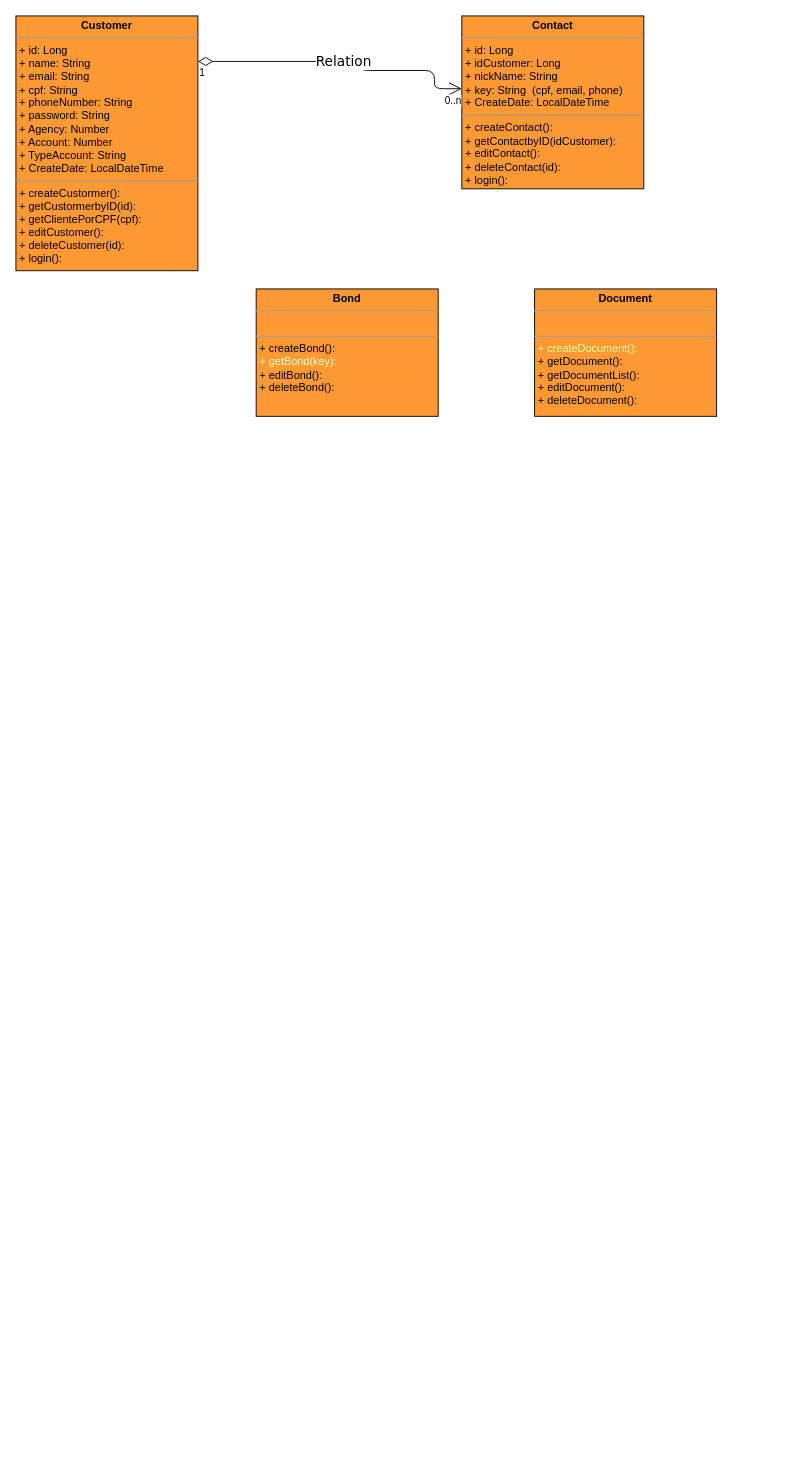
The draw.io diagram page "Diagrama de Classes" (3 of 5) of documents/Desenho_Inicial.drawio in Fernando-Luchiari/pix-spec4-projeto-final, before the edit. Source tidied: cells renumbered, new cells numbered last; positions are measured from the earlier drawing's top-left corner, leaving out a move shared by most shapes. Both pictures are drawn from the tidied source at 91%, with x=0, y=0 at pixel (15, 15).
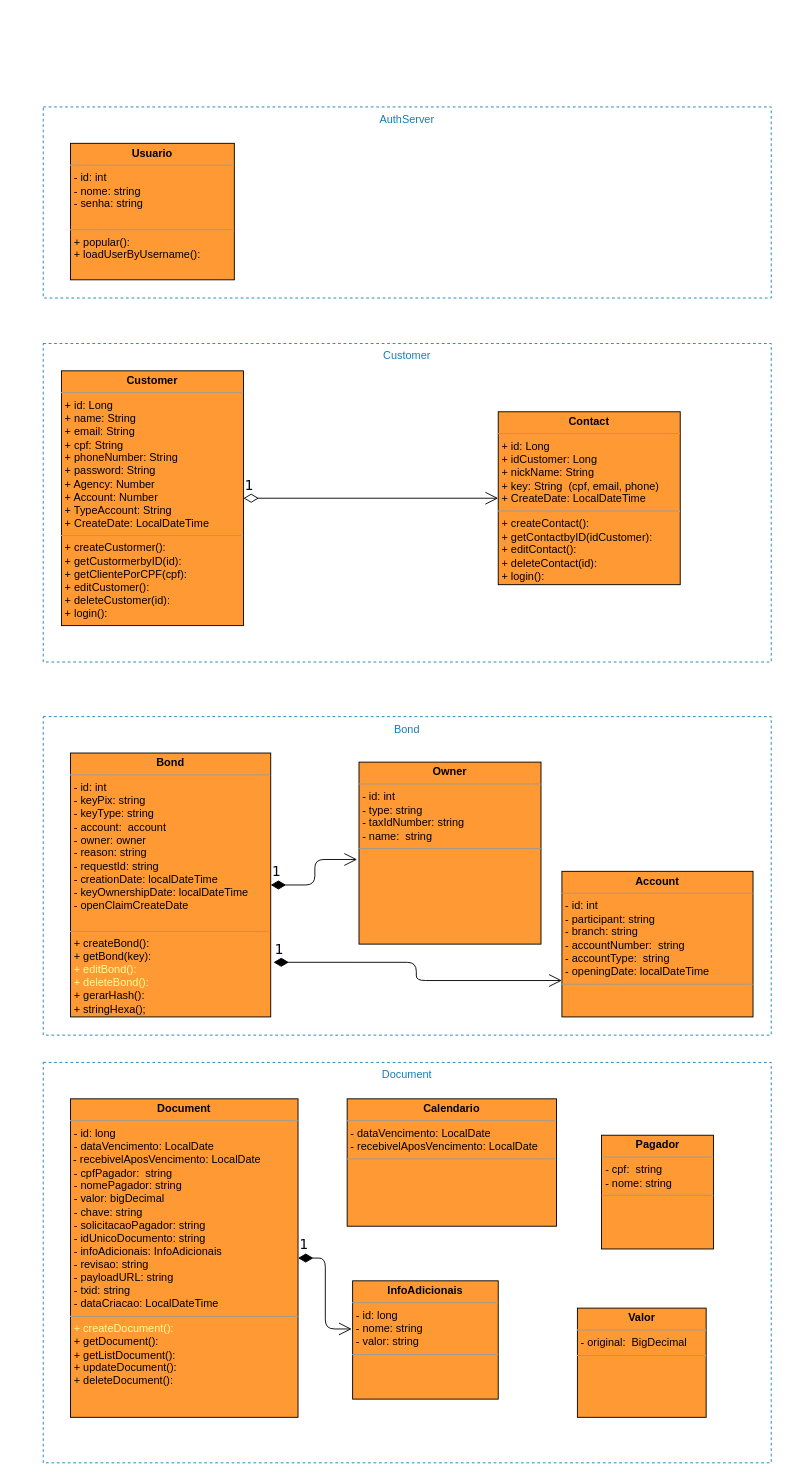
The same page after the edit.

Commit message:
Documentação Atualizada

The edit, as a diff of the source:
```diff
@@
+    <mxCell id="9" value="Document" style="fillColor=none;strokeColor=#147EBA;dashed=1;verticalAlign=top;fontStyle=0;fontColor=#147EBA;" parent="1" vertex="1">
+      <mxGeometry x="30" y="1150" width="800" height="440" as="geometry" />
+    </mxCell>
+    <mxCell id="10" value="Bond" style="fillColor=none;strokeColor=#147EBA;dashed=1;verticalAlign=top;fontStyle=0;fontColor=#147EBA;" parent="1" vertex="1">
+      <mxGeometry x="30" y="770" width="800" height="350" as="geometry" />
+    </mxCell>
+    <mxCell id="11" value="Customer" style="fillColor=none;strokeColor=#147EBA;dashed=1;verticalAlign=top;fontStyle=0;fontColor=#147EBA;" parent="1" vertex="1">
+      <mxGeometry x="30" y="360" width="800" height="350" as="geometry" />
+    </mxCell>
+    <mxCell id="12" value="AuthServer" style="fillColor=none;strokeColor=#147EBA;dashed=1;verticalAlign=top;fontStyle=0;fontColor=#147EBA;" parent="1" vertex="1">
+      <mxGeometry x="30" y="100" width="800" height="210" as="geometry" />
+    </mxCell>
     <mxCell id="2" value="&lt;p style=&quot;margin: 0px ; margin-top: 4px ; text-align: center&quot;&gt;&lt;b&gt;Customer&lt;/b&gt;&lt;/p&gt;&lt;hr size=&quot;1&quot;&gt;&lt;p style=&quot;margin: 0px ; margin-left: 4px&quot;&gt;&lt;span&gt;+ id: Long&lt;/span&gt;&lt;br&gt;&lt;/p&gt;&lt;p style=&quot;margin: 0px ; margin-left: 4px&quot;&gt;&lt;span&gt;+ name: String&lt;/span&gt;&lt;/p&gt;&lt;p style=&quot;margin: 0px ; margin-left: 4px&quot;&gt;&lt;span&gt;+ email: String&lt;/span&gt;&lt;/p&gt;&lt;p style=&quot;margin: 0px ; margin-left: 4px&quot;&gt;&lt;span&gt;+ cpf: String&lt;/span&gt;&lt;/p&gt;&lt;p style=&quot;margin: 0px ; margin-left: 4px&quot;&gt;&lt;span&gt;+ phoneNumber: String&lt;/span&gt;&lt;/p&gt;&lt;p style=&quot;margin: 0px ; margin-left: 4px&quot;&gt;+ password: String&lt;span&gt;&lt;br&gt;&lt;/span&gt;&lt;/p&gt;&lt;p style=&quot;margin: 0px ; margin-left: 4px&quot;&gt;&lt;span&gt;+ Agency: Number&lt;/span&gt;&lt;/p&gt;&lt;p style=&quot;margin: 0px ; margin-left: 4px&quot;&gt;&lt;span&gt;+ Account: Number&lt;/span&gt;&lt;/p&gt;&lt;p style=&quot;margin: 0px ; margin-left: 4px&quot;&gt;&lt;span&gt;+ TypeAccount: String&lt;/span&gt;&lt;/p&gt;&lt;p style=&quot;margin: 0px ; margin-left: 4px&quot;&gt;&lt;span&gt;+ CreateDate: LocalDateTime&amp;nbsp;&lt;/span&gt;&lt;/p&gt;&lt;hr size=&quot;1&quot;&gt;&lt;p style=&quot;margin: 0px ; margin-left: 4px&quot;&gt;+ createCustormer():&lt;/p&gt;&lt;p style=&quot;margin: 0px ; margin-left: 4px&quot;&gt;+ getCustormerbyID(id):&lt;/p&gt;&lt;p style=&quot;margin: 0px ; margin-left: 4px&quot;&gt;+ getClientePorCPF(cpf):&lt;/p&gt;&lt;p style=&quot;margin: 0px ; margin-left: 4px&quot;&gt;+ editCustomer():&lt;/p&gt;&lt;p style=&quot;margin: 0px ; margin-left: 4px&quot;&gt;+ deleteCustomer(id):&lt;br&gt;+ login():&lt;/p&gt;" style="verticalAlign=top;align=left;overflow=fill;fontSize=12;fontFamily=Helvetica;html=1;fillColor=#FF9933;" parent="1" vertex="1">
-      <mxGeometry width="200" height="280" as="geometry" />
+      <mxGeometry x="50" y="390" width="200" height="280" as="geometry" />
     </mxCell>
     <mxCell id="3" value="&lt;p style=&quot;margin: 0px ; margin-top: 4px ; text-align: center&quot;&gt;&lt;b&gt;Contact&lt;/b&gt;&lt;/p&gt;&lt;hr size=&quot;1&quot;&gt;&lt;p style=&quot;margin: 0px ; margin-left: 4px&quot;&gt;&lt;span&gt;+ id: Long&lt;/span&gt;&lt;br&gt;&lt;/p&gt;&lt;p style=&quot;margin: 0px ; margin-left: 4px&quot;&gt;&lt;span&gt;+ idCustomer: Long&lt;/span&gt;&lt;/p&gt;&lt;p style=&quot;margin: 0px ; margin-left: 4px&quot;&gt;&lt;span&gt;+ nickName: String&lt;/span&gt;&lt;/p&gt;&lt;p style=&quot;margin: 0px ; margin-left: 4px&quot;&gt;&lt;span&gt;+ key: String&amp;nbsp; (cpf, email, phone)&amp;nbsp;&lt;/span&gt;&lt;/p&gt;&lt;p style=&quot;margin: 0px ; margin-left: 4px&quot;&gt;&lt;span&gt;+ CreateDate: LocalDateTime&amp;nbsp;&lt;/span&gt;&lt;/p&gt;&lt;hr size=&quot;1&quot;&gt;&lt;p style=&quot;margin: 0px ; margin-left: 4px&quot;&gt;+ createContact():&lt;/p&gt;&lt;p style=&quot;margin: 0px ; margin-left: 4px&quot;&gt;+ getContactbyID(idCustomer):&lt;/p&gt;&lt;p style=&quot;margin: 0px ; margin-left: 4px&quot;&gt;+ editContact():&lt;/p&gt;&lt;p style=&quot;margin: 0px ; margin-left: 4px&quot;&gt;+ deleteContact(id):&lt;br&gt;+ login():&lt;/p&gt;" style="verticalAlign=top;align=left;overflow=fill;fontSize=12;fontFamily=Helvetica;html=1;fillColor=#FF9933;" parent="1" vertex="1">
-      <mxGeometry x="490" width="200" height="190" as="geometry" />
+      <mxGeometry x="530" y="435" width="200" height="190" as="geometry" />
     </mxCell>
-    <mxCell id="4" value="&lt;p style=&quot;margin: 0px ; margin-top: 4px ; text-align: center&quot;&gt;&lt;b&gt;Bond&lt;/b&gt;&lt;/p&gt;&lt;hr size=&quot;1&quot;&gt;&lt;p style=&quot;margin: 0px ; margin-left: 4px&quot;&gt;&lt;span&gt;&amp;nbsp;&lt;/span&gt;&lt;br&gt;&lt;/p&gt;&lt;hr size=&quot;1&quot;&gt;&lt;p style=&quot;margin: 0px ; margin-left: 4px&quot;&gt;+ createBond():&lt;/p&gt;&lt;p style=&quot;margin: 0px ; margin-left: 4px&quot;&gt;&lt;font color=&quot;#ffffcc&quot;&gt;+ getBond(key):&lt;/font&gt;&lt;/p&gt;&lt;p style=&quot;margin: 0px ; margin-left: 4px&quot;&gt;+ editBond():&lt;/p&gt;&lt;p style=&quot;margin: 0px ; margin-left: 4px&quot;&gt;+ deleteBond():&lt;br&gt;&lt;/p&gt;" style="verticalAlign=top;align=left;overflow=fill;fontSize=12;fontFamily=Helvetica;html=1;fillColor=#FF9933;" parent="1" vertex="1">
-      <mxGeometry x="264" y="300" width="200" height="140" as="geometry" />
+    <mxCell id="4" value="&lt;p style=&quot;margin: 0px ; margin-top: 4px ; text-align: center&quot;&gt;&lt;b&gt;Bond&lt;/b&gt;&lt;/p&gt;&lt;hr size=&quot;1&quot;&gt;&lt;p style=&quot;margin: 0px ; margin-left: 4px&quot;&gt;&lt;span&gt;- id: int&lt;/span&gt;&lt;br&gt;&lt;/p&gt;&lt;p style=&quot;margin: 0px ; margin-left: 4px&quot;&gt;- keyPix: string&lt;/p&gt;&lt;p style=&quot;margin: 0px ; margin-left: 4px&quot;&gt;- keyType: string&lt;/p&gt;&lt;p style=&quot;margin: 0px ; margin-left: 4px&quot;&gt;- account:&amp;nbsp; account&lt;/p&gt;&lt;p style=&quot;margin: 0px ; margin-left: 4px&quot;&gt;- owner: owner&lt;/p&gt;&lt;p style=&quot;margin: 0px ; margin-left: 4px&quot;&gt;- reason: string&lt;/p&gt;&lt;p style=&quot;margin: 0px ; margin-left: 4px&quot;&gt;- requestId: string&lt;/p&gt;&lt;p style=&quot;margin: 0px ; margin-left: 4px&quot;&gt;- creationDate: localDateTime&lt;/p&gt;&lt;p style=&quot;margin: 0px ; margin-left: 4px&quot;&gt;- keyOwnershipDate: localDateTime&lt;/p&gt;&lt;p style=&quot;margin: 0px ; margin-left: 4px&quot;&gt;- openClaimCreateDate&lt;/p&gt;&lt;p style=&quot;margin: 0px ; margin-left: 4px&quot;&gt;&lt;br&gt;&lt;/p&gt;&lt;hr size=&quot;1&quot;&gt;&lt;p style=&quot;margin: 0px ; margin-left: 4px&quot;&gt;+ createBond():&lt;/p&gt;&lt;p style=&quot;margin: 0px ; margin-left: 4px&quot;&gt;+ getBond(key):&lt;/p&gt;&lt;p style=&quot;margin: 0px ; margin-left: 4px&quot;&gt;&lt;font color=&quot;#ffff99&quot;&gt;+ editBond():&lt;/font&gt;&lt;/p&gt;&lt;p style=&quot;margin: 0px ; margin-left: 4px&quot;&gt;&lt;font color=&quot;#ffff99&quot;&gt;+ deleteBond():&lt;/font&gt;&lt;br&gt;&lt;/p&gt;&lt;p style=&quot;margin: 0px ; margin-left: 4px&quot;&gt;+ gerarHash():&lt;/p&gt;&lt;p style=&quot;margin: 0px ; margin-left: 4px&quot;&gt;+ stringHexa();&lt;/p&gt;" style="verticalAlign=top;align=left;overflow=fill;fontSize=12;fontFamily=Helvetica;html=1;fillColor=#FF9933;" parent="1" vertex="1">
+      <mxGeometry x="60" y="810" width="220" height="290" as="geometry" />
     </mxCell>
-    <mxCell id="5" value="&lt;p style=&quot;margin: 0px ; margin-top: 4px ; text-align: center&quot;&gt;&lt;b&gt;Document&lt;/b&gt;&lt;/p&gt;&lt;hr size=&quot;1&quot;&gt;&lt;p style=&quot;margin: 0px ; margin-left: 4px&quot;&gt;&lt;span&gt;&amp;nbsp;&lt;/span&gt;&lt;br&gt;&lt;/p&gt;&lt;hr size=&quot;1&quot;&gt;&lt;p style=&quot;margin: 0px ; margin-left: 4px&quot;&gt;&lt;font color=&quot;#ffff99&quot;&gt;+ createDocument():&lt;/font&gt;&lt;/p&gt;&lt;p style=&quot;margin: 0px ; margin-left: 4px&quot;&gt;+ getDocument():&lt;/p&gt;&lt;p style=&quot;margin: 0px ; margin-left: 4px&quot;&gt;+ getDocumentList():&lt;/p&gt;&lt;p style=&quot;margin: 0px ; margin-left: 4px&quot;&gt;+ editDocument():&lt;/p&gt;&lt;p style=&quot;margin: 0px ; margin-left: 4px&quot;&gt;+ deleteDocument():&lt;br&gt;&lt;/p&gt;" style="verticalAlign=top;align=left;overflow=fill;fontSize=12;fontFamily=Helvetica;html=1;fillColor=#FF9933;" parent="1" vertex="1">
-      <mxGeometry x="570" y="300" width="200" height="140" as="geometry" />
+    <mxCell id="5" value="&lt;p style=&quot;margin: 0px ; margin-top: 4px ; text-align: center&quot;&gt;&lt;b&gt;Document&lt;/b&gt;&lt;/p&gt;&lt;hr size=&quot;1&quot;&gt;&lt;p style=&quot;margin: 0px 0px 0px 4px&quot;&gt;- id: long&lt;br&gt;&lt;/p&gt;&lt;p style=&quot;margin: 0px 0px 0px 4px&quot;&gt;- dataVencimento: LocalDate&lt;/p&gt;&amp;nbsp;- recebivelAposVencimento: LocalDate&lt;p style=&quot;margin: 0px 0px 0px 4px&quot;&gt;- cpfPagador:&amp;nbsp; string&lt;/p&gt;&lt;p style=&quot;margin: 0px 0px 0px 4px&quot;&gt;- nomePagador: string&lt;/p&gt;&lt;p style=&quot;margin: 0px 0px 0px 4px&quot;&gt;- valor: bigDecimal&lt;/p&gt;&lt;p style=&quot;margin: 0px 0px 0px 4px&quot;&gt;- chave: string&lt;/p&gt;&lt;p style=&quot;margin: 0px 0px 0px 4px&quot;&gt;- solicitacaoPagador: string&lt;/p&gt;&lt;p style=&quot;margin: 0px 0px 0px 4px&quot;&gt;- idUnicoDocumento: string&lt;/p&gt;&lt;p style=&quot;margin: 0px 0px 0px 4px&quot;&gt;- infoAdicionais: InfoAdicionais&lt;/p&gt;&lt;p style=&quot;margin: 0px 0px 0px 4px&quot;&gt;- revisao: string&lt;/p&gt;&lt;p style=&quot;margin: 0px 0px 0px 4px&quot;&gt;- payloadURL: string&lt;/p&gt;&lt;p style=&quot;margin: 0px 0px 0px 4px&quot;&gt;- txid: string&lt;/p&gt;&lt;p style=&quot;margin: 0px 0px 0px 4px&quot;&gt;- dataCriacao: LocalDateTime&lt;/p&gt;&lt;hr size=&quot;1&quot;&gt;&lt;p style=&quot;margin: 0px ; margin-left: 4px&quot;&gt;&lt;font color=&quot;#ffff99&quot;&gt;+ createDocument():&lt;/font&gt;&lt;/p&gt;&lt;p style=&quot;margin: 0px ; margin-left: 4px&quot;&gt;+ getDocument():&lt;/p&gt;&lt;p style=&quot;margin: 0px ; margin-left: 4px&quot;&gt;+ getListDocument():&lt;/p&gt;&lt;p style=&quot;margin: 0px ; margin-left: 4px&quot;&gt;+ updateDocument():&lt;/p&gt;&lt;p style=&quot;margin: 0px ; margin-left: 4px&quot;&gt;+ deleteDocument():&lt;br&gt;&lt;/p&gt;" style="verticalAlign=top;align=left;overflow=fill;fontSize=12;fontFamily=Helvetica;html=1;fillColor=#FF9933;" parent="1" vertex="1">
+      <mxGeometry x="60" y="1190" width="250" height="350" as="geometry" />
     </mxCell>
+    <mxCell id="13" value="&lt;p style=&quot;margin: 0px ; margin-top: 4px ; text-align: center&quot;&gt;&lt;b&gt;Owner&lt;/b&gt;&lt;/p&gt;&lt;hr size=&quot;1&quot;&gt;&lt;p style=&quot;margin: 0px 0px 0px 4px&quot;&gt;- id: int&lt;br&gt;&lt;/p&gt;&lt;p style=&quot;margin: 0px 0px 0px 4px&quot;&gt;- type: string&lt;/p&gt;&lt;p style=&quot;margin: 0px 0px 0px 4px&quot;&gt;- taxIdNumber: string&lt;/p&gt;&lt;p style=&quot;margin: 0px 0px 0px 4px&quot;&gt;- name:&amp;nbsp; string&lt;/p&gt;&lt;hr size=&quot;1&quot;&gt;&lt;p style=&quot;margin: 0px ; margin-left: 4px&quot;&gt;&lt;br&gt;&lt;/p&gt;" style="verticalAlign=top;align=left;overflow=fill;fontSize=12;fontFamily=Helvetica;html=1;fillColor=#FF9933;" parent="1" vertex="1">
+      <mxGeometry x="377" y="820" width="200" height="200" as="geometry" />
+    </mxCell>
+    <mxCell id="14" value="&lt;p style=&quot;margin: 0px ; margin-top: 4px ; text-align: center&quot;&gt;&lt;b&gt;Account&lt;/b&gt;&lt;/p&gt;&lt;hr size=&quot;1&quot;&gt;&lt;p style=&quot;margin: 0px ; margin-left: 4px&quot;&gt;&lt;span&gt;- id: int&lt;/span&gt;&lt;br&gt;&lt;/p&gt;&lt;p style=&quot;margin: 0px 0px 0px 4px&quot;&gt;- participant: string&lt;/p&gt;&lt;p style=&quot;margin: 0px 0px 0px 4px&quot;&gt;- branch: string&lt;/p&gt;&lt;p style=&quot;margin: 0px 0px 0px 4px&quot;&gt;- accountNumber:&amp;nbsp; string&lt;/p&gt;&lt;p style=&quot;margin: 0px 0px 0px 4px&quot;&gt;- accountType:&amp;nbsp; string&lt;br&gt;&lt;/p&gt;&lt;p style=&quot;margin: 0px 0px 0px 4px&quot;&gt;- openingDate: localDateTime&lt;br&gt;&lt;/p&gt;&lt;hr size=&quot;1&quot;&gt;&lt;p style=&quot;margin: 0px ; margin-left: 4px&quot;&gt;&lt;br&gt;&lt;/p&gt;" style="verticalAlign=top;align=left;overflow=fill;fontSize=12;fontFamily=Helvetica;html=1;fillColor=#FF9933;" parent="1" vertex="1">
+      <mxGeometry x="600" y="940" width="210" height="160" as="geometry" />
+    </mxCell>
+    <mxCell id="15" value="1" style="endArrow=open;html=1;endSize=12;startArrow=diamondThin;startSize=14;startFill=1;edgeStyle=orthogonalEdgeStyle;align=left;verticalAlign=bottom;fontFamily=Verdana;fontSize=15;fontColor=#000019;entryX=-0.01;entryY=0.535;entryDx=0;entryDy=0;entryPerimeter=0;" parent="1" edge="1" source="4" target="13">
+      <mxGeometry x="-1" y="3" relative="1" as="geometry" />
+    </mxCell>
+    <mxCell id="16" value="1" style="endArrow=open;html=1;endSize=12;startArrow=diamondThin;startSize=14;startFill=1;edgeStyle=orthogonalEdgeStyle;align=left;verticalAlign=bottom;fontFamily=Verdana;fontSize=15;fontColor=#000019;exitX=1.014;exitY=0.793;exitDx=0;exitDy=0;exitPerimeter=0;entryX=0;entryY=0.75;entryDx=0;entryDy=0;" parent="1" edge="1" source="4" target="14">
+      <mxGeometry x="-1" y="3" relative="1" as="geometry" />
+    </mxCell>
+    <mxCell id="17" value="&lt;p style=&quot;margin: 0px ; margin-top: 4px ; text-align: center&quot;&gt;&lt;b&gt;Usuario&lt;/b&gt;&lt;/p&gt;&lt;hr size=&quot;1&quot;&gt;&lt;p style=&quot;margin: 0px ; margin-left: 4px&quot;&gt;&lt;span&gt;- id: int&lt;/span&gt;&lt;br&gt;&lt;/p&gt;&lt;p style=&quot;margin: 0px 0px 0px 4px&quot;&gt;- nome: string&lt;/p&gt;&lt;p style=&quot;margin: 0px 0px 0px 4px&quot;&gt;- senha: string&lt;/p&gt;&lt;p style=&quot;margin: 0px 0px 0px 4px&quot;&gt;&lt;br&gt;&lt;/p&gt;&lt;hr size=&quot;1&quot;&gt;&lt;p style=&quot;margin: 0px ; margin-left: 4px&quot;&gt;+ popular():&lt;br&gt;&lt;/p&gt;&lt;p style=&quot;margin: 0px ; margin-left: 4px&quot;&gt;+ loadUserByUsername():&lt;/p&gt;" style="verticalAlign=top;align=left;overflow=fill;fontSize=12;fontFamily=Helvetica;html=1;fillColor=#FF9933;" parent="1" vertex="1">
+      <mxGeometry x="60" y="140" width="180" height="150" as="geometry" />
+    </mxCell>
-    <mxCell id="6" value="Relation" style="endArrow=open;html=1;endSize=12;startArrow=diamondThin;startSize=14;startFill=0;edgeStyle=orthogonalEdgeStyle;fontFamily=Verdana;fontSize=15;fontColor=#000019;entryX=0;entryY=0.421;entryDx=0;entryDy=0;entryPerimeter=0;" parent="1" edge="1" source="2" target="3">
-      <mxGeometry relative="1" as="geometry">
-        <Array as="points">
-          <mxPoint x="380" y="50" />
-          <mxPoint x="380" y="60" />
-          <mxPoint x="460" y="60" />
-          <mxPoint x="460" y="80" />
-        </Array>
-      </mxGeometry>
+    <mxCell id="6" value="1" style="endArrow=open;html=1;endSize=12;startArrow=diamondThin;startSize=14;startFill=0;edgeStyle=orthogonalEdgeStyle;align=left;verticalAlign=bottom;fontFamily=Verdana;fontSize=15;fontColor=#000019;exitX=1;exitY=0.5;exitDx=0;exitDy=0;entryX=0;entryY=0.5;entryDx=0;entryDy=0;" parent="1" edge="1" source="2" target="3">
+      <mxGeometry x="-1" y="3" relative="1" as="geometry" />
     </mxCell>
-    <mxCell id="7" value="1" style="edgeLabel;html=1;align=left;verticalAlign=top;" parent="6" vertex="1">
-      <mxGeometry x="-1" relative="1" as="geometry" />
-    </mxCell>
-    <mxCell id="8" value="&lt;span style=&quot;text-align: left&quot;&gt;0..n&lt;/span&gt;" style="edgeLabel;html=1;align=right;verticalAlign=top;" parent="6" vertex="1">
-      <mxGeometry x="1" relative="1" as="geometry" />
-    </mxCell>
+    <mxCell id="18" value="&lt;p style=&quot;margin: 0px ; margin-top: 4px ; text-align: center&quot;&gt;&lt;b&gt;Calendario&lt;/b&gt;&lt;/p&gt;&lt;hr size=&quot;1&quot;&gt;&lt;p style=&quot;margin: 0px ; margin-left: 4px&quot;&gt;&lt;span&gt;- dataVencimento: LocalDate&lt;/span&gt;&lt;br&gt;&lt;/p&gt;&lt;p style=&quot;margin: 0px 0px 0px 4px&quot;&gt;- recebivelAposVencimento: LocalDate&lt;/p&gt;&lt;hr size=&quot;1&quot;&gt;&lt;p style=&quot;margin: 0px ; margin-left: 4px&quot;&gt;&lt;br&gt;&lt;/p&gt;" style="verticalAlign=top;align=left;overflow=fill;fontSize=12;fontFamily=Helvetica;html=1;fillColor=#FF9933;" parent="1" vertex="1">
+      <mxGeometry x="364" y="1190" width="230" height="140" as="geometry" />
+    </mxCell>
+    <mxCell id="19" value="&lt;p style=&quot;margin: 0px ; margin-top: 4px ; text-align: center&quot;&gt;&lt;b&gt;InfoAdicionais&lt;/b&gt;&lt;/p&gt;&lt;hr size=&quot;1&quot;&gt;&lt;p style=&quot;margin: 0px 0px 0px 4px&quot;&gt;- id: long&lt;br&gt;&lt;/p&gt;&lt;p style=&quot;margin: 0px 0px 0px 4px&quot;&gt;- nome: string&lt;/p&gt;&lt;p style=&quot;margin: 0px 0px 0px 4px&quot;&gt;- valor: string&lt;/p&gt;&lt;hr size=&quot;1&quot;&gt;&lt;p style=&quot;margin: 0px ; margin-left: 4px&quot;&gt;&lt;br&gt;&lt;/p&gt;" style="verticalAlign=top;align=left;overflow=fill;fontSize=12;fontFamily=Helvetica;html=1;fillColor=#FF9933;" parent="1" vertex="1">
+      <mxGeometry x="370" y="1390" width="160" height="130" as="geometry" />
+    </mxCell>
+    <mxCell id="20" value="1" style="endArrow=open;html=1;endSize=12;startArrow=diamondThin;startSize=14;startFill=1;edgeStyle=orthogonalEdgeStyle;align=left;verticalAlign=bottom;fontFamily=Verdana;fontSize=15;fontColor=#000019;exitX=1;exitY=0.5;exitDx=0;exitDy=0;entryX=-0.006;entryY=0.407;entryDx=0;entryDy=0;entryPerimeter=0;" parent="1" edge="1" source="5" target="19">
+      <mxGeometry x="-1" y="3" relative="1" as="geometry" />
+    </mxCell>
+    <mxCell id="21" value="&lt;p style=&quot;margin: 0px ; margin-top: 4px ; text-align: center&quot;&gt;&lt;b&gt;Pagador&lt;/b&gt;&lt;/p&gt;&lt;hr size=&quot;1&quot;&gt;&lt;p style=&quot;margin: 0px 0px 0px 4px&quot;&gt;- cpf:&amp;nbsp; string&lt;/p&gt;&lt;p style=&quot;margin: 0px 0px 0px 4px&quot;&gt;- nome: string&lt;/p&gt;&lt;hr size=&quot;1&quot;&gt;&lt;p style=&quot;margin: 0px ; margin-left: 4px&quot;&gt;&lt;br&gt;&lt;/p&gt;" style="verticalAlign=top;align=left;overflow=fill;fontSize=12;fontFamily=Helvetica;html=1;fillColor=#FF9933;" parent="1" vertex="1">
+      <mxGeometry x="643.5" y="1230" width="123" height="125" as="geometry" />
+    </mxCell>
+    <mxCell id="22" value="&lt;p style=&quot;margin: 0px ; margin-top: 4px ; text-align: center&quot;&gt;&lt;b&gt;Valor&lt;/b&gt;&lt;/p&gt;&lt;hr size=&quot;1&quot;&gt;&lt;p style=&quot;margin: 0px 0px 0px 4px&quot;&gt;- original:&amp;nbsp; BigDecimal&lt;/p&gt;&lt;hr size=&quot;1&quot;&gt;&lt;p style=&quot;margin: 0px ; margin-left: 4px&quot;&gt;&lt;br&gt;&lt;/p&gt;" style="verticalAlign=top;align=left;overflow=fill;fontSize=12;fontFamily=Helvetica;html=1;fillColor=#FF9933;" parent="1" vertex="1">
+      <mxGeometry x="617" y="1420" width="141.5" height="120" as="geometry" />
+    </mxCell>
```
